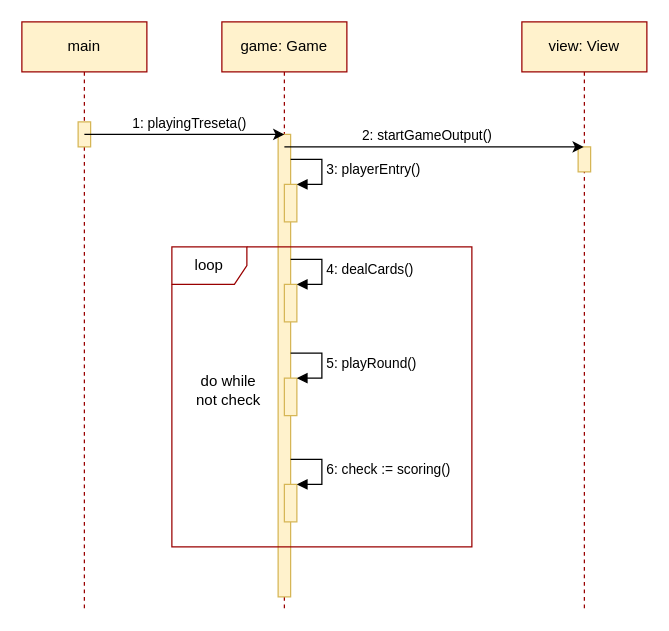
Above: page "Dijagram slijeda playingTreseta" (13 of 17) of Dijagram.drawio in TheRealJoci/Tressette-Terminal-Card-Game (draw.io), before the change. Source tidied: cells renumbered, new cells numbered last; positions are measured from the earlier drawing's top-left corner, leaving out a move shared by most shapes. Both pictures are drawn from the tidied source at 125%, with x=0, y=0 at pixel (21, 21).
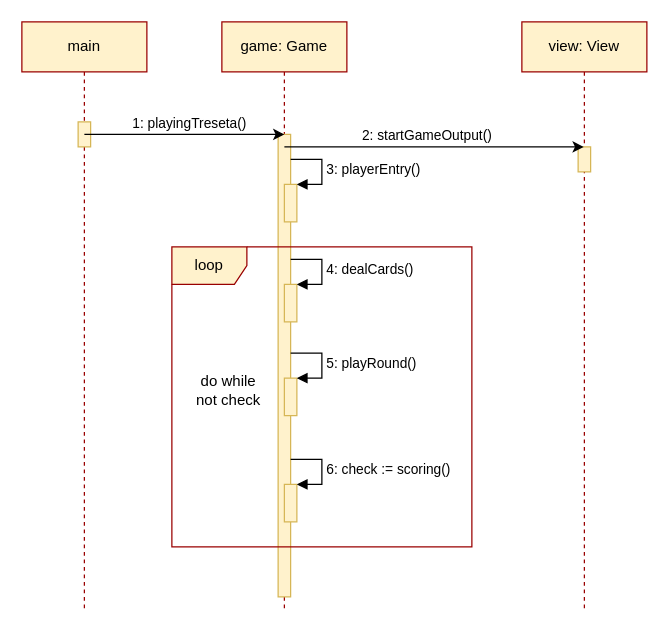
After the change.

Diff of the diagram source:
```diff
@@
-    <mxCell id="14" value="loop" style="shape=umlFrame;whiteSpace=wrap;html=1;strokeColor=#990000;" parent="1" vertex="1">
+    <mxCell id="14" value="loop" style="shape=umlFrame;whiteSpace=wrap;html=1;fillColor=#fff2cc;strokeColor=#990000;" parent="1" vertex="1">
       <mxGeometry x="120" y="180" width="240" height="240" as="geometry" />
     </mxCell>
```
